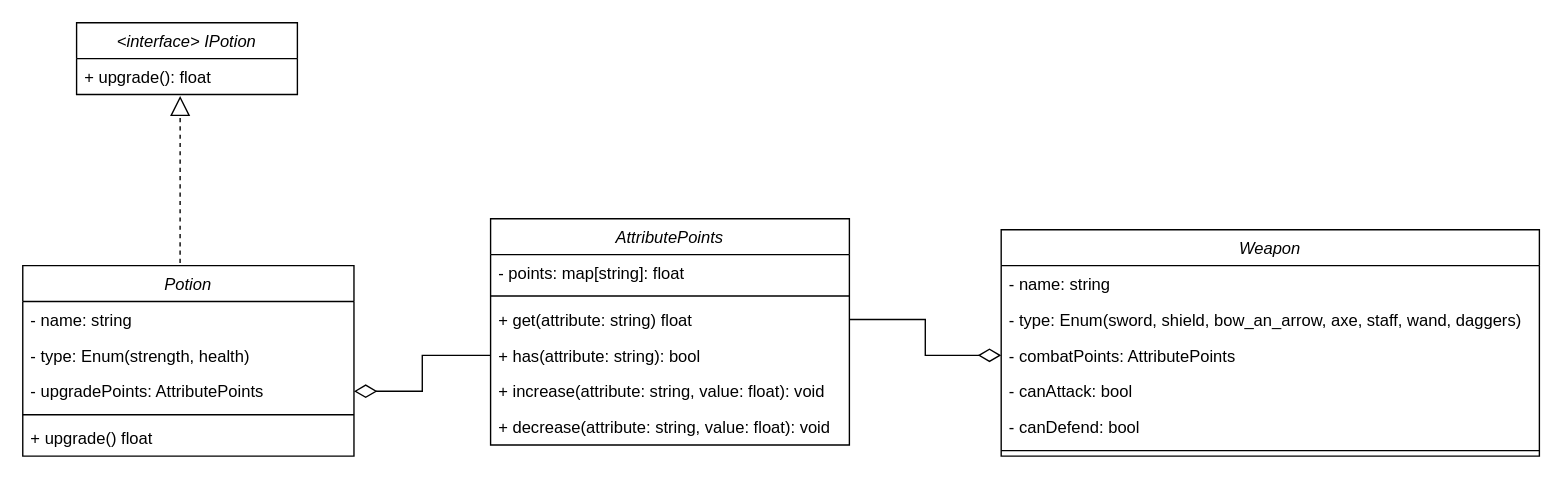
Earlier version of the draw.io diagram docs/classes-diagram.drawio (spanishGab/unind-game). Source tidied: cells renumbered, new cells numbered last; positions are measured from the earlier drawing's top-left corner, leaving out a move shared by most shapes. Both pictures are drawn from the tidied source at 138%, with x=0, y=0 at pixel (22, 22).
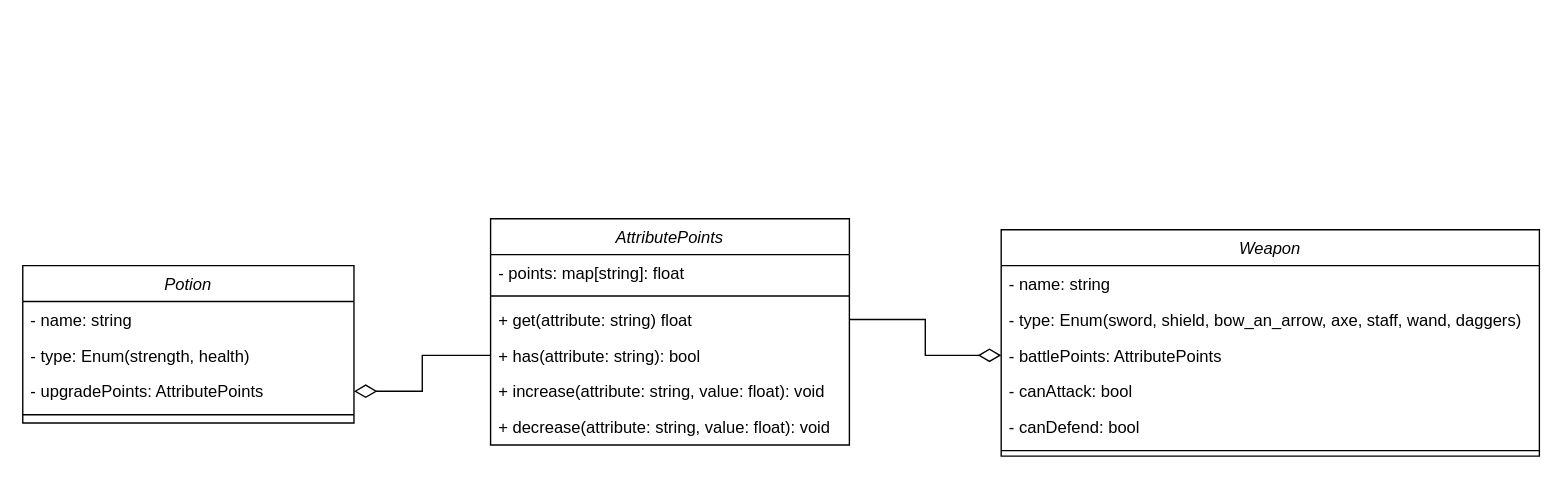
The same page after the edit.

Commit message:
chore; updating contracts for the Potion class

Unchanged cells that the change refers to:
```xml
<mxCell id="9" value="Weapon" style="swimlane;fontStyle=2;align=center;verticalAlign=top;horizontal=1;startSize=26;rounded=0;shadow=0;strokeWidth=1;" parent="1" vertex="1">
  <mxGeometry x="709" y="150" width="390" height="164" as="geometry" />
</mxCell>
```

The edit, as a diff of the source:
```diff
@@
-    <mxCell id="12" value="- combatPoints: AttributePoints" style="text;align=left;verticalAlign=top;spacingLeft=4;spacingRight=4;overflow=hidden;points=[[0,0.5],[1,0.5]];portConstraint=eastwest;" parent="9" vertex="1">
+    <mxCell id="12" value="- battlePoints: AttributePoints" style="text;align=left;verticalAlign=top;spacingLeft=4;spacingRight=4;overflow=hidden;points=[[0,0.5],[1,0.5]];portConstraint=eastwest;" parent="9" vertex="1">
       <mxGeometry y="78" width="390" height="26" as="geometry" />
     </mxCell>
@@
-    <mxCell id="17" value="&lt;interface&gt; IPotion" style="swimlane;fontStyle=2;align=center;verticalAlign=top;horizontal=1;startSize=26;rounded=0;shadow=0;strokeWidth=1;" parent="1" vertex="1">
-      <mxGeometry x="39" width="160" height="52" as="geometry" />
-    </mxCell>
-    <mxCell id="18" value="+ upgrade(): float" style="text;align=left;verticalAlign=top;spacingLeft=4;spacingRight=4;overflow=hidden;points=[[0,0.5],[1,0.5]];portConstraint=eastwest;" parent="17" vertex="1">
-      <mxGeometry y="26" width="160" height="26" as="geometry" />
-    </mxCell>
     <mxCell id="19" value="Potion" style="swimlane;fontStyle=2;align=center;verticalAlign=top;horizontal=1;startSize=26;rounded=0;shadow=0;strokeWidth=1;" parent="1" vertex="1">
-      <mxGeometry y="176" width="240" height="138" as="geometry" />
+      <mxGeometry y="176" width="240" height="114" as="geometry" />
     </mxCell>
@@
-    <mxCell id="24" value="+ upgrade() float" style="text;align=left;verticalAlign=top;spacingLeft=4;spacingRight=4;overflow=hidden;" parent="19" vertex="1">
-      <mxGeometry y="112" width="240" height="26" as="geometry" />
-    </mxCell>
-    <mxCell id="25" style="endArrow=block;dashed=1;endFill=0;endSize=12;html=1;rounded=0;entryX=0.469;entryY=1.038;entryDx=0;entryDy=0;entryPerimeter=0;exitX=0.475;exitY=-0.014;exitDx=0;exitDy=0;exitPerimeter=0;" parent="1" edge="1" source="19" target="18">
-      <mxGeometry relative="1" as="geometry" />
-    </mxCell>
```
